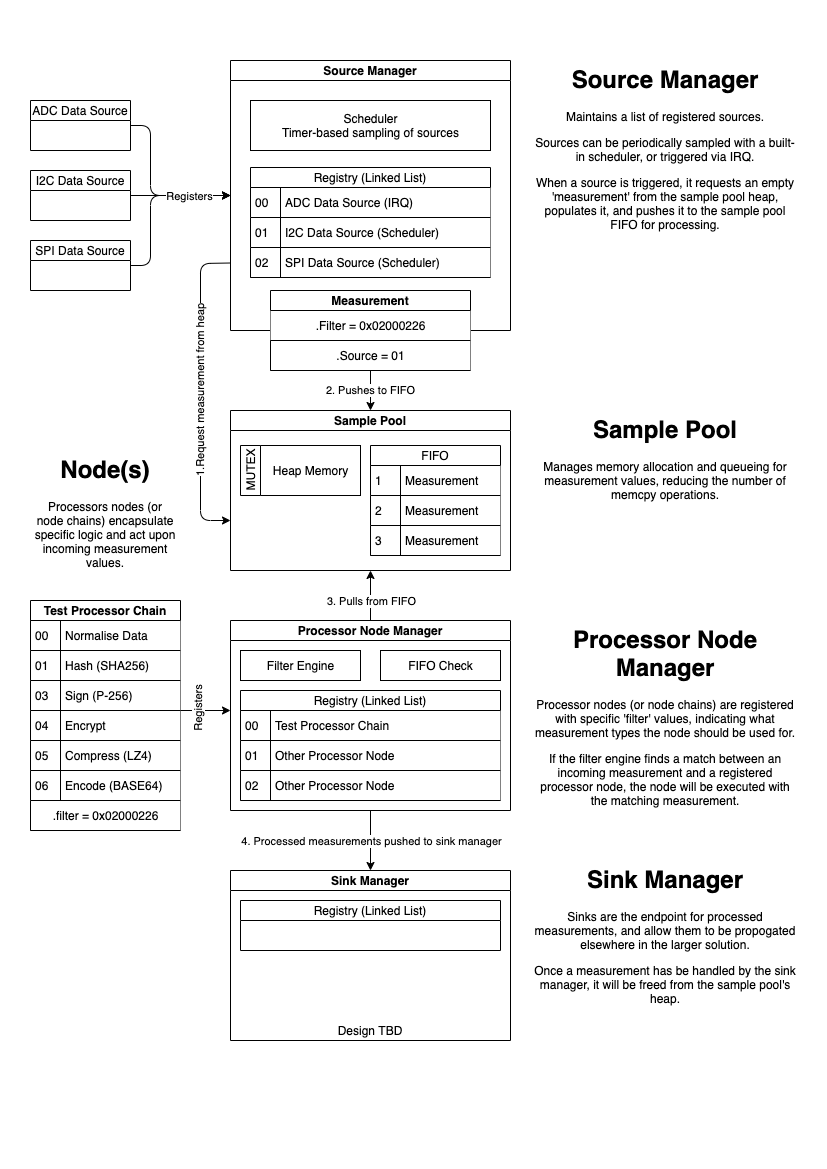
Linaro/step keeps this draw.io diagram as doc/Overview.png. Above is the earlier version. Source tidied: cells renumbered, new cells last; positions are measured from the earlier drawing's top-left corner, leaving out a move shared by most shapes.
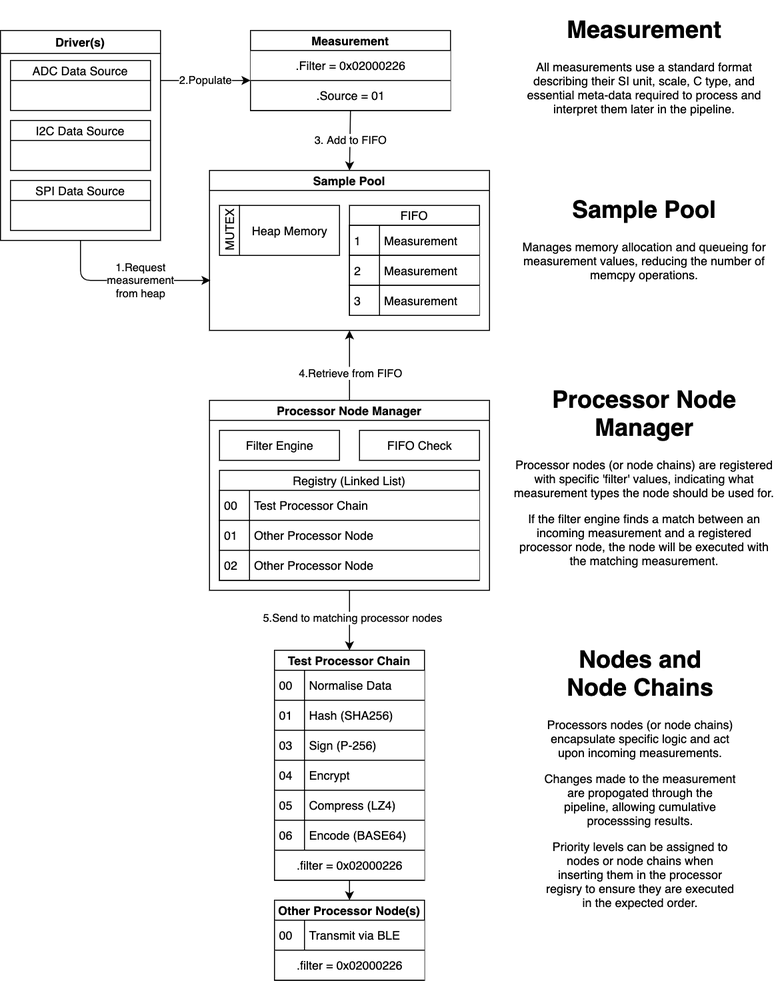
After the change.

Diff of the diagram source:
```diff
@@ -3,58 +3,16 @@
     <mxCell id="0" />
     <mxCell id="1" parent="0" />
     <mxCell id="2" value="ADC Data Source" style="swimlane;fontStyle=0;horizontal=1;startSize=20;fillColor=#ffffff;swimlaneFillColor=#ffffff;" parent="1" vertex="1">
-      <mxGeometry y="40" width="100" height="50" as="geometry" />
+      <mxGeometry y="40" width="140" height="50" as="geometry" />
     </mxCell>
     <mxCell id="3" value="I2C Data Source" style="swimlane;fontStyle=0;horizontal=1;startSize=20;fillColor=#ffffff;swimlaneFillColor=#ffffff;" parent="1" vertex="1">
-      <mxGeometry y="110" width="100" height="50" as="geometry" />
+      <mxGeometry y="100" width="140" height="50" as="geometry" />
     </mxCell>
     <mxCell id="4" value="SPI Data Source" style="swimlane;fontStyle=0;horizontal=1;startSize=20;fillColor=#ffffff;swimlaneFillColor=#ffffff;" parent="1" vertex="1">
-      <mxGeometry y="180" width="100" height="50" as="geometry" />
+      <mxGeometry y="160" width="140" height="50" as="geometry" />
     </mxCell>
-    <mxCell id="5" value="Source Manager" style="swimlane;fontStyle=1;horizontal=1;startSize=20;fillColor=#ffffff;swimlaneFillColor=#ffffff;" parent="1" vertex="1">
-      <mxGeometry x="200" width="280" height="270" as="geometry" />
-    </mxCell>
-    <mxCell id="6" value="Registry (Linked List)" style="swimlane;fontStyle=0;horizontal=1;startSize=20;fillColor=#ffffff;swimlaneFillColor=#ffffff;" parent="1" vertex="1">
-      <mxGeometry x="220" y="107" width="240" height="110" as="geometry" />
-    </mxCell>
-    <mxCell id="7" value="00&amp;nbsp; &amp;nbsp; &amp;nbsp;ADC Data Source (IRQ)" style="html=1;dashed=0;whitespace=wrap;shape=mxgraph.dfd.dataStoreID;align=left;spacingLeft=3;" parent="6" vertex="1">
-      <mxGeometry y="20" width="240" height="30" as="geometry" />
-    </mxCell>
-    <mxCell id="8" value="01&amp;nbsp; &amp;nbsp; &amp;nbsp;I2C Data Source (Scheduler)" style="html=1;dashed=0;whitespace=wrap;shape=mxgraph.dfd.dataStoreID;align=left;spacingLeft=3;" parent="6" vertex="1">
-      <mxGeometry y="50" width="240" height="30" as="geometry" />
-    </mxCell>
-    <mxCell id="9" value="02&amp;nbsp; &amp;nbsp; &amp;nbsp;SPI Data Source (Scheduler)" style="html=1;dashed=0;whitespace=wrap;shape=mxgraph.dfd.dataStoreID;align=left;spacingLeft=3;" parent="6" vertex="1">
-      <mxGeometry y="80" width="240" height="30" as="geometry" />
-    </mxCell>
-    <mxCell id="10" style="endArrow=classic;html=1;exitX=1;exitY=0.5;exitDx=0;exitDy=0;entryX=0;entryY=0.5;entryDx=0;entryDy=0;" parent="1" edge="1" source="2" target="5">
-      <mxGeometry relative="1" as="geometry">
-        <Array as="points">
-          <mxPoint x="120" y="65" />
-          <mxPoint x="120" y="135" />
-        </Array>
-      </mxGeometry>
-    </mxCell>
-    <mxCell id="11" style="endArrow=classic;html=1;exitX=1;exitY=0.5;exitDx=0;exitDy=0;entryX=0;entryY=0.5;entryDx=0;entryDy=0;" parent="1" edge="1" source="3" target="5">
-      <mxGeometry relative="1" as="geometry" />
-    </mxCell>
-    <mxCell id="12" style="endArrow=classic;html=1;exitX=1;exitY=0.5;exitDx=0;exitDy=0;entryX=0;entryY=0.5;entryDx=0;entryDy=0;" parent="1" edge="1" source="4" target="5">
-      <mxGeometry relative="1" as="geometry">
-        <Array as="points">
-          <mxPoint x="120" y="205" />
-          <mxPoint x="120" y="135" />
-        </Array>
-      </mxGeometry>
-    </mxCell>
-    <mxCell id="13" value="Registers" style="edgeLabel;html=1;align=center;verticalAlign=middle;" parent="12" vertex="1">
-      <mxGeometry x="0.59" y="1" relative="1" as="geometry">
-        <mxPoint x="-7" y="1" as="offset" />
-      </mxGeometry>
-    </mxCell>
-    <mxCell id="14" value="Scheduler&lt;br&gt;Timer-based sampling of sources" style="html=1;dashed=0;whitespace=wrap;" parent="1" vertex="1">
-      <mxGeometry x="220" y="40" width="240" height="50" as="geometry" />
-    </mxCell>
     <mxCell id="15" value="Measurement" style="swimlane;fontStyle=1;horizontal=1;startSize=20;fillColor=#ffffff;swimlaneFillColor=#ffffff;" parent="1" vertex="1">
-      <mxGeometry x="240" y="230" width="200" height="80" as="geometry" />
+      <mxGeometry x="240" y="10" width="200" height="80" as="geometry" />
     </mxCell>
     <mxCell id="16" value=".Filter = 0x02000226" style="html=1;dashed=0;whitespace=wrap;shape=partialRectangle;right=0;left=0;" parent="15" vertex="1">
       <mxGeometry y="20" width="200" height="30" as="geometry" />
@@ -63,10 +21,10 @@
       <mxGeometry y="50" width="200" height="30" as="geometry" />
     </mxCell>
     <mxCell id="18" value="Sample Pool" style="swimlane;fontStyle=1;horizontal=1;startSize=20;fillColor=#ffffff;swimlaneFillColor=#ffffff;" parent="1" vertex="1">
-      <mxGeometry x="200" y="350" width="280" height="160" as="geometry" />
+      <mxGeometry x="199" y="150" width="280" height="160" as="geometry" />
     </mxCell>
     <mxCell id="19" value="FIFO" style="swimlane;fontStyle=0;horizontal=1;startSize=20;fillColor=#ffffff;swimlaneFillColor=#ffffff;" parent="1" vertex="1">
-      <mxGeometry x="340" y="385" width="130" height="110" as="geometry" />
+      <mxGeometry x="339" y="185" width="130" height="110" as="geometry" />
     </mxCell>
     <mxCell id="20" value="1&amp;nbsp; &amp;nbsp; &amp;nbsp; &amp;nbsp;Measurement" style="html=1;dashed=0;whitespace=wrap;shape=mxgraph.dfd.dataStoreID;align=left;spacingLeft=3;" parent="19" vertex="1">
       <mxGeometry y="20" width="130" height="30" as="geometry" />
@@ -78,39 +36,25 @@
       <mxGeometry y="80" width="130" height="30" as="geometry" />
     </mxCell>
     <mxCell id="23" value="Heap Memory" style="html=1;dashed=0;whitespace=wrap;" parent="1" vertex="1">
-      <mxGeometry x="230" y="385" width="100" height="50" as="geometry" />
+      <mxGeometry x="229" y="185" width="100" height="50" as="geometry" />
     </mxCell>
     <mxCell id="24" value="MUTEX" style="html=1;dashed=0;whitespace=wrap;direction=west;horizontal=0;" parent="1" vertex="1">
-      <mxGeometry x="210" y="385" width="20" height="50" as="geometry" />
+      <mxGeometry x="209" y="185" width="20" height="50" as="geometry" />
     </mxCell>
-    <mxCell id="25" value="2. Pushes to FIFO" style="endArrow=classic;html=1;exitX=0.5;exitY=1;exitDx=0;exitDy=0;entryX=0.5;entryY=0;entryDx=0;entryDy=0;" parent="1" edge="1" source="17" target="18">
+    <mxCell id="25" value="3. Add to FIFO" style="endArrow=classic;html=1;exitX=0.5;exitY=1;exitDx=0;exitDy=0;entryX=0.5;entryY=0;entryDx=0;entryDy=0;" parent="1" edge="1" source="17" target="18">
       <mxGeometry relative="1" as="geometry" />
     </mxCell>
-    <mxCell id="26" style="endArrow=classic;html=1;exitX=0;exitY=0.75;exitDx=0;exitDy=0;" parent="1" edge="1" source="5">
-      <mxGeometry relative="1" as="geometry">
-        <mxPoint x="200" y="460" as="targetPoint" />
-        <Array as="points">
-          <mxPoint x="170" y="203" />
-          <mxPoint x="170" y="460" />
-        </Array>
-      </mxGeometry>
-    </mxCell>
-    <mxCell id="27" value="1.Request measurement from heap" style="edgeLabel;html=1;align=center;verticalAlign=middle;rotation=270;" parent="26" vertex="1">
-      <mxGeometry x="-0.03" relative="1" as="geometry">
-        <mxPoint y="5" as="offset" />
-      </mxGeometry>
-    </mxCell>
     <mxCell id="28" value="Processor Node Manager" style="swimlane;fontStyle=1;horizontal=1;startSize=20;fillColor=#ffffff;swimlaneFillColor=#ffffff;" parent="1" vertex="1">
-      <mxGeometry x="200" y="560" width="280" height="190" as="geometry" />
+      <mxGeometry x="199" y="380" width="280" height="190" as="geometry" />
     </mxCell>
     <mxCell id="29" style="endArrow=classic;html=1;exitX=0.5;exitY=0;exitDx=0;exitDy=0;entryX=0.5;entryY=1;entryDx=0;entryDy=0;" parent="1" edge="1" source="28" target="18">
       <mxGeometry relative="1" as="geometry" />
     </mxCell>
-    <mxCell id="30" value="3. Pulls from FIFO" style="edgeLabel;html=1;align=center;verticalAlign=middle;" parent="29" vertex="1">
+    <mxCell id="30" value="4.Retrieve from FIFO" style="edgeLabel;html=1;align=center;verticalAlign=middle;" parent="29" vertex="1">
       <mxGeometry x="-0.19" relative="1" as="geometry" />
     </mxCell>
     <mxCell id="31" value="Test Processor Chain" style="swimlane;fontStyle=1;horizontal=1;startSize=20;fillColor=#ffffff;swimlaneFillColor=#ffffff;" parent="1" vertex="1">
-      <mxGeometry y="540" width="150" height="230" as="geometry" />
+      <mxGeometry x="264" y="630" width="150" height="230" as="geometry" />
     </mxCell>
     <mxCell id="32" value="00&amp;nbsp; &amp;nbsp; &amp;nbsp;Normalise Data" style="html=1;dashed=0;whitespace=wrap;shape=mxgraph.dfd.dataStoreID;align=left;spacingLeft=3;" parent="31" vertex="1">
       <mxGeometry y="20" width="150" height="30" as="geometry" />
@@ -134,7 +78,7 @@
       <mxGeometry y="200" width="150" height="30" as="geometry" />
     </mxCell>
     <mxCell id="39" value="Registry (Linked List)" style="swimlane;fontStyle=0;horizontal=1;startSize=20;fillColor=#ffffff;swimlaneFillColor=#ffffff;" parent="1" vertex="1">
-      <mxGeometry x="210" y="630" width="260" height="110" as="geometry" />
+      <mxGeometry x="209" y="450" width="260" height="110" as="geometry" />
     </mxCell>
     <mxCell id="40" value="00&amp;nbsp; &amp;nbsp; &amp;nbsp;Test Processor Chain" style="html=1;dashed=0;whitespace=wrap;shape=mxgraph.dfd.dataStoreID;align=left;spacingLeft=3;" parent="39" vertex="1">
       <mxGeometry y="20" width="260" height="30" as="geometry" />
@@ -145,51 +89,57 @@
     <mxCell id="42" value="02&amp;nbsp; &amp;nbsp; &amp;nbsp;Other Processor Node" style="html=1;dashed=0;whitespace=wrap;shape=mxgraph.dfd.dataStoreID;align=left;spacingLeft=3;" parent="39" vertex="1">
       <mxGeometry y="80" width="260" height="30" as="geometry" />
     </mxCell>
-    <mxCell id="43" style="endArrow=classic;html=1;exitX=1;exitY=0;exitDx=0;exitDy=0;" parent="1" edge="1" source="35">
-      <mxGeometry relative="1" as="geometry">
-        <mxPoint x="200" y="650" as="targetPoint" />
-      </mxGeometry>
-    </mxCell>
-    <mxCell id="44" value="Registers" style="edgeLabel;html=1;align=center;verticalAlign=middle;rotation=270;" parent="43" vertex="1">
-      <mxGeometry x="-0.31" y="1" relative="1" as="geometry" />
-    </mxCell>
     <mxCell id="45" value="Filter Engine" style="html=1;dashed=0;whitespace=wrap;" parent="1" vertex="1">
-      <mxGeometry x="210" y="590" width="120" height="30" as="geometry" />
+      <mxGeometry x="209" y="410" width="120" height="30" as="geometry" />
     </mxCell>
-    <mxCell id="46" value="&lt;h1&gt;Source Manager&lt;/h1&gt;&lt;p&gt;Maintains a list of registered sources.&lt;/p&gt;&lt;p&gt;&lt;span&gt;Sources&amp;nbsp;can be periodically sampled with a built-in scheduler, or triggered via IRQ.&lt;/span&gt;&lt;br&gt;&lt;/p&gt;&lt;p&gt;When a source is triggered, it requests an empty 'measurement' from the sample pool heap, populates it, and pushes it to the sample pool FIFO for processing.&lt;/p&gt;" style="text;html=1;strokeColor=none;fillColor=none;spacing=5;spacingTop=-20;whiteSpace=wrap;overflow=hidden;rounded=0;align=center;" parent="1" vertex="1">
-      <mxGeometry x="500" width="270" height="180" as="geometry" />
-    </mxCell>
     <mxCell id="47" value="&lt;h1&gt;Sample Pool&lt;/h1&gt;&lt;p&gt;Manages memory allocation and queueing for measurement values, reducing the number of memcpy operations.&lt;/p&gt;" style="text;html=1;strokeColor=none;fillColor=none;spacing=5;spacingTop=-20;whiteSpace=wrap;overflow=hidden;rounded=0;align=center;" parent="1" vertex="1">
-      <mxGeometry x="500" y="350" width="270" height="120" as="geometry" />
+      <mxGeometry x="499" y="170" width="270" height="120" as="geometry" />
     </mxCell>
     <mxCell id="48" value="&lt;h1&gt;Processor Node Manager&lt;/h1&gt;&lt;p&gt;Processor nodes (or node chains) are registered with specific 'filter' values, indicating what measurement types the node should be used for.&lt;/p&gt;&lt;p&gt;If the filter engine finds a match between an incoming measurement and a registered processor node, the node will be executed with the matching measurement.&lt;/p&gt;" style="text;html=1;strokeColor=none;fillColor=none;spacing=5;spacingTop=-20;whiteSpace=wrap;overflow=hidden;rounded=0;align=center;" parent="1" vertex="1">
-      <mxGeometry x="500" y="560" width="270" height="220" as="geometry" />
+      <mxGeometry x="499" y="360" width="270" height="220" as="geometry" />
     </mxCell>
     <mxCell id="49" value="FIFO Check" style="html=1;dashed=0;whitespace=wrap;align=center;" parent="1" vertex="1">
-      <mxGeometry x="350" y="590" width="120" height="30" as="geometry" />
+      <mxGeometry x="349" y="410" width="120" height="30" as="geometry" />
     </mxCell>
-    <mxCell id="50" value="&lt;h1&gt;Node(s)&lt;/h1&gt;&lt;p&gt;Processors nodes (or node chains) encapsulate specific logic and act upon incoming measurement values.&lt;/p&gt;" style="text;html=1;strokeColor=none;fillColor=none;spacing=5;spacingTop=-20;whiteSpace=wrap;overflow=hidden;rounded=0;align=center;" parent="1" vertex="1">
-      <mxGeometry y="390" width="150" height="120" as="geometry" />
+    <mxCell id="50" value="&lt;h1&gt;Nodes and&lt;br&gt;Node Chains&lt;/h1&gt;&lt;p&gt;Processors nodes (or node chains) encapsulate specific logic and act upon incoming measurements.&lt;/p&gt;&lt;p&gt;Changes made to the measurement are propogated through the pipeline, allowing cumulative processsing results.&lt;/p&gt;&lt;p&gt;Priority levels can be assigned to nodes or node chains when inserting them in the processor regisry to ensure they are executed in the expected order.&lt;/p&gt;" style="text;html=1;strokeColor=none;fillColor=none;spacing=5;spacingTop=-20;whiteSpace=wrap;overflow=hidden;rounded=0;align=center;" parent="1" vertex="1">
+      <mxGeometry x="530" y="620" width="200" height="300" as="geometry" />
     </mxCell>
-    <mxCell id="51" value="Sink Manager" style="swimlane;fontStyle=1;horizontal=1;startSize=20;fillColor=#ffffff;swimlaneFillColor=#ffffff;align=center;" parent="1" vertex="1">
-      <mxGeometry x="200" y="810" width="280" height="170" as="geometry" />
-    </mxCell>
-    <mxCell id="52" style="endArrow=classic;html=1;exitX=0.5;exitY=1;exitDx=0;exitDy=0;entryX=0.5;entryY=0;entryDx=0;entryDy=0;" parent="1" edge="1" source="28" target="51">
-      <mxGeometry relative="1" as="geometry" />
-    </mxCell>
-    <mxCell id="53" value="4. Processed measurements pushed to sink manager" style="edgeLabel;html=1;align=center;verticalAlign=middle;" parent="52" vertex="1">
-      <mxGeometry x="-0.41" y="-1" relative="1" as="geometry">
-        <mxPoint x="1" y="12" as="offset" />
-      </mxGeometry>
-    </mxCell>
-    <mxCell id="54" value="&lt;h1&gt;Sink Manager&lt;/h1&gt;&lt;p&gt;Sinks are the endpoint for processed measurements, and allow them to be propogated elsewhere in the larger solution.&lt;/p&gt;&lt;p&gt;Once a measurement has be handled by the sink manager, it will be freed from the sample pool's heap.&lt;/p&gt;" style="text;html=1;strokeColor=none;fillColor=none;spacing=5;spacingTop=-20;whiteSpace=wrap;overflow=hidden;rounded=0;align=center;" parent="1" vertex="1">
-      <mxGeometry x="500" y="800" width="270" height="160" as="geometry" />
-    </mxCell>
-    <mxCell id="55" value="Registry (Linked List)" style="swimlane;fontStyle=0;horizontal=1;startSize=20;fillColor=#ffffff;swimlaneFillColor=#ffffff;align=center;" parent="1" vertex="1">
-      <mxGeometry x="210" y="840" width="260" height="50" as="geometry" />
-    </mxCell>
-    <mxCell id="56" value="Design TBD" style="text;html=1;strokeColor=none;fillColor=none;align=center;verticalAlign=middle;whiteSpace=wrap;rounded=0;" parent="1" vertex="1">
-      <mxGeometry x="255" y="960" width="170" height="20" as="geometry" />
-    </mxCell>
+    <mxCell id="57" value="Driver(s)" style="swimlane;" parent="1" vertex="1">
+      <mxGeometry x="-10" y="10" width="160" height="210" as="geometry" />
+    </mxCell>
+    <mxCell id="58" value="2.Populate" style="endArrow=classic;html=1;entryX=0;entryY=0;entryDx=0;entryDy=0;" parent="1" edge="1" target="17">
+      <mxGeometry relative="1" as="geometry">
+        <mxPoint x="150" y="60" as="sourcePoint" />
+      </mxGeometry>
+    </mxCell>
+    <mxCell id="59" value="&lt;h1&gt;Measurement&lt;/h1&gt;&lt;p&gt;All measurements use a standard format describing their SI unit, scale, C type, and essential meta-data required to process and interpret them later in the pipeline.&lt;/p&gt;" style="text;html=1;strokeColor=none;fillColor=none;spacing=5;spacingTop=-20;whiteSpace=wrap;overflow=hidden;rounded=0;align=center;" parent="1" vertex="1">
+      <mxGeometry x="499" y="-10" width="270" height="120" as="geometry" />
+    </mxCell>
+    <mxCell id="27" value="1.Request&lt;br&gt;measurement&lt;br&gt;from heap" style="endArrow=classic;html=1;exitX=0.5;exitY=1;exitDx=0;exitDy=0;" parent="1" edge="1" source="57">
+      <mxGeometry x="0.18" relative="1" as="geometry">
+        <mxPoint x="200" y="260" as="targetPoint" />
+        <Array as="points">
+          <mxPoint x="70" y="260" />
+        </Array>
+      </mxGeometry>
+    </mxCell>
+    <mxCell id="60" style="endArrow=classic;html=1;entryX=0.5;entryY=0;entryDx=0;entryDy=0;exitX=0.5;exitY=1;exitDx=0;exitDy=0;" parent="1" edge="1" source="28" target="31">
+      <mxGeometry relative="1" as="geometry" />
+    </mxCell>
+    <mxCell id="61" value="5.Send to matching processor nodes" style="edgeLabel;html=1;align=center;verticalAlign=middle;" parent="60" vertex="1">
+      <mxGeometry x="-0.1" y="2" relative="1" as="geometry" />
+    </mxCell>
+    <mxCell id="62" value="Other Processor Node(s)" style="swimlane;fontStyle=1;horizontal=1;startSize=20;fillColor=#ffffff;swimlaneFillColor=#ffffff;" parent="1" vertex="1">
+      <mxGeometry x="264" y="880" width="150" height="80" as="geometry" />
+    </mxCell>
+    <mxCell id="63" value="00&amp;nbsp; &amp;nbsp; &amp;nbsp;Transmit via BLE" style="html=1;dashed=0;whitespace=wrap;shape=mxgraph.dfd.dataStoreID;align=left;spacingLeft=3;" parent="62" vertex="1">
+      <mxGeometry y="20" width="150" height="30" as="geometry" />
+    </mxCell>
+    <mxCell id="64" value=".filter = 0x02000226" style="html=1;dashed=0;whitespace=wrap;shape=partialRectangle;right=0;" parent="62" vertex="1">
+      <mxGeometry y="50" width="150" height="30" as="geometry" />
+    </mxCell>
+    <mxCell id="65" style="endArrow=classic;html=1;exitX=0.5;exitY=1;exitDx=0;exitDy=0;entryX=0.5;entryY=0;entryDx=0;entryDy=0;" parent="1" edge="1" source="38" target="62">
+      <mxGeometry relative="1" as="geometry" />
+    </mxCell>
   </root>
 </mxGraphModel>
```
